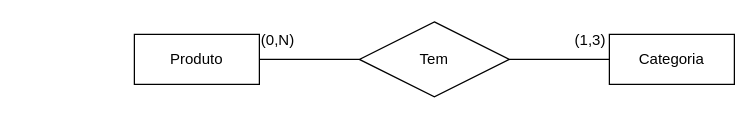
The draw.io diagram page "Modelo Conceitual" (1 of 2) of requirements/ecommerce-database.drawio in cleilsonalvino/ecommerce-node-api, before the edit. Source tidied: cells renumbered, new cells numbered last; positions are measured from the earlier drawing's top-left corner, leaving out a move shared by most shapes. Both pictures are drawn from the tidied source at 125%, with x=0, y=0 at pixel (134, 21).
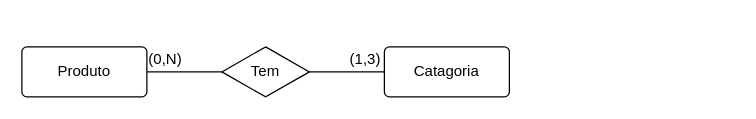
The same page after the edit.

Change to the diagram source:
```diff
@@
 <mxGraphModel>
   <root>
     <mxCell id="0" />
     <mxCell id="1" parent="0" />
-    <mxCell id="2" style="html=1;exitX=1;exitY=0.5;exitDx=0;exitDy=0;endArrow=none;endFill=0;" parent="1" edge="1" source="3" target="6">
+    <mxCell id="2" style="edgeStyle=none;html=1;exitX=1;exitY=0.5;exitDx=0;exitDy=0;entryX=0;entryY=0.5;entryDx=0;entryDy=0;endArrow=none;endFill=0;" parent="1" edge="1" source="3" target="6">
       <mxGeometry relative="1" as="geometry" />
     </mxCell>
-    <mxCell id="3" value="Produto" style="whiteSpace=wrap;html=1;align=center;" parent="1" vertex="1">
-      <mxGeometry y="10" width="100" height="40" as="geometry" />
+    <mxCell id="3" value="Produto" style="rounded=1;arcSize=10;whiteSpace=wrap;html=1;align=center;" parent="1" vertex="1">
+      <mxGeometry x="-90" y="20" width="100" height="40" as="geometry" />
     </mxCell>
-    <mxCell id="4" value="Categoria" style="whiteSpace=wrap;html=1;align=center;" parent="1" vertex="1">
-      <mxGeometry x="380" y="10" width="100" height="40" as="geometry" />
+    <mxCell id="4" value="Catagoria" style="rounded=1;arcSize=10;whiteSpace=wrap;html=1;align=center;" parent="1" vertex="1">
+      <mxGeometry x="200" y="20" width="100" height="40" as="geometry" />
     </mxCell>
     <mxCell id="5" style="edgeStyle=none;html=1;exitX=1;exitY=0.5;exitDx=0;exitDy=0;entryX=0;entryY=0.5;entryDx=0;entryDy=0;endArrow=none;endFill=0;" parent="1" edge="1" source="6" target="4">
       <mxGeometry relative="1" as="geometry" />
     </mxCell>
     <mxCell id="6" value="Tem" style="shape=rhombus;perimeter=rhombusPerimeter;whiteSpace=wrap;html=1;align=center;" parent="1" vertex="1">
-      <mxGeometry x="180" width="120" height="60" as="geometry" />
+      <mxGeometry x="70" y="20" width="70" height="40" as="geometry" />
     </mxCell>
     <mxCell id="7" value="(1,3)" style="text;html=1;strokeColor=none;fillColor=none;align=center;verticalAlign=middle;whiteSpace=wrap;rounded=0;" parent="1" vertex="1">
-      <mxGeometry x="350" width="30" height="30" as="geometry" />
+      <mxGeometry x="170" y="20" width="30" height="20" as="geometry" />
     </mxCell>
     <mxCell id="8" value="(0,N)" style="text;html=1;strokeColor=none;fillColor=none;align=center;verticalAlign=middle;whiteSpace=wrap;rounded=0;" parent="1" vertex="1">
-      <mxGeometry x="100" width="30" height="30" as="geometry" />
+      <mxGeometry x="10" y="20" width="30" height="20" as="geometry" />
     </mxCell>
   </root>
 </mxGraphModel>
```
